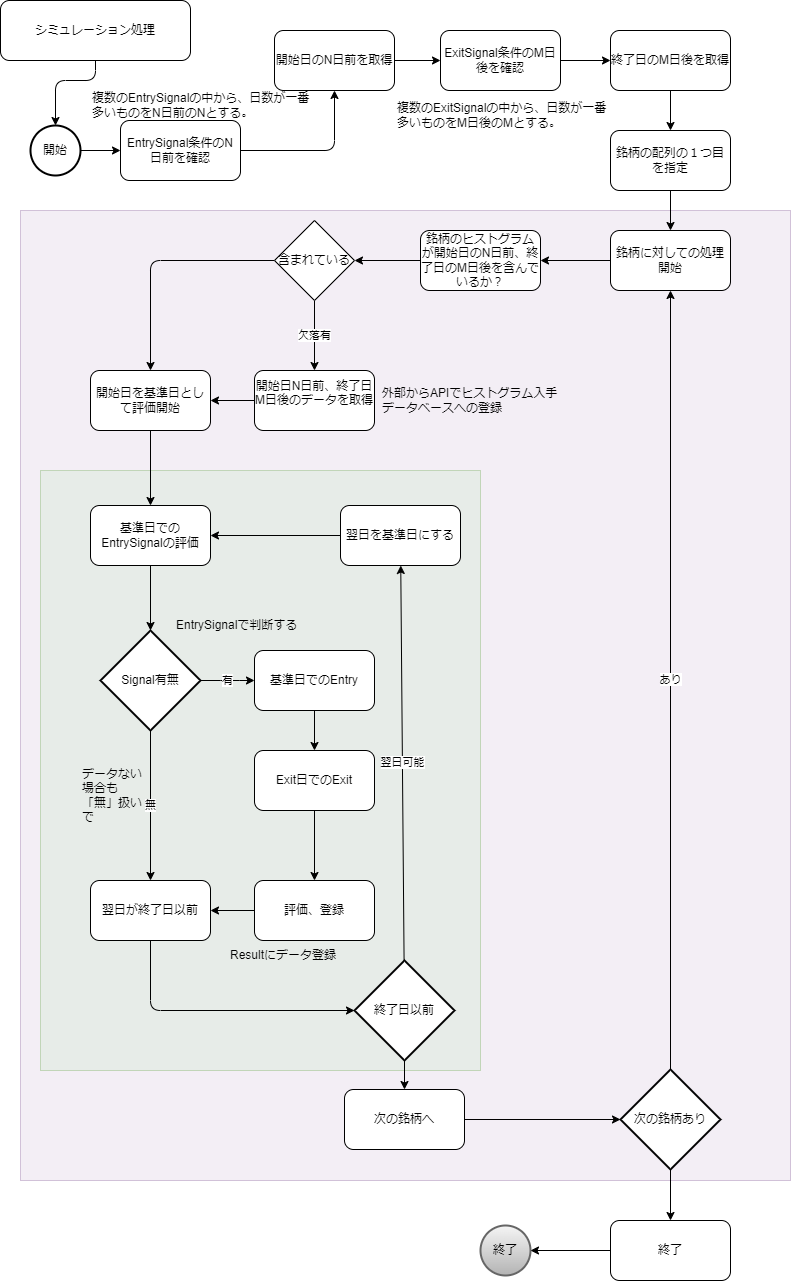
This is docs/features/StockCompass/images/StockComapss_AD_image01.drawio.png from sickboy0001/StockProfit10, a draw.io export, as it was before one commit. Source tidied: cells renumbered, new cells last; positions are measured from the earlier drawing's top-left corner, leaving out a move shared by most shapes.
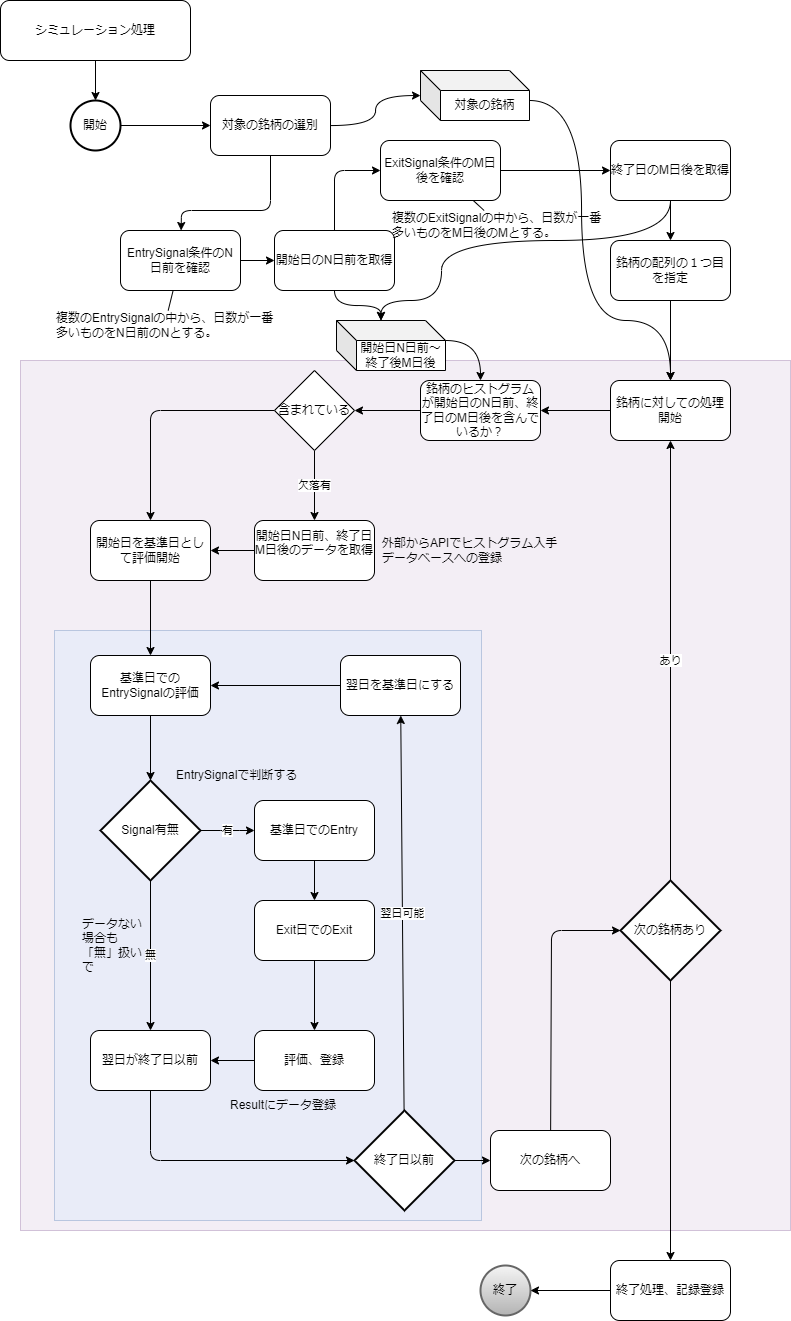
Above is the later version.

Diff of the diagram source:
```diff
@@ -3,47 +3,47 @@
     <mxCell id="0" />
     <mxCell id="1" parent="0" />
     <mxCell id="2" style="rounded=0;whiteSpace=wrap;html=1;opacity=40;fillColor=#e1d5e7;strokeColor=#9673a6;" parent="1" vertex="1">
-      <mxGeometry x="20" y="210" width="770" height="970" as="geometry" />
+      <mxGeometry x="20" y="210" width="770" height="870" as="geometry" />
     </mxCell>
-    <mxCell id="3" style="rounded=0;whiteSpace=wrap;html=1;opacity=40;fillColor=#d5e8d4;strokeColor=#82b366;gradientColor=none;" parent="1" vertex="1">
-      <mxGeometry x="40" y="470" width="440" height="600" as="geometry" />
-    </mxCell>
-    <mxCell id="4" style="edgeStyle=none;html=1;" parent="1" edge="1" source="5" target="8">
-      <mxGeometry relative="1" as="geometry" />
-    </mxCell>
+    <mxCell id="61" style="rounded=0;whiteSpace=wrap;html=1;opacity=40;fillColor=#dae8fc;strokeColor=#6c8ebf;" parent="1" vertex="1">
+      <mxGeometry x="54" y="480" width="427" height="590" as="geometry" />
+    </mxCell>
+    <mxCell id="62" style="edgeStyle=none;html=1;" parent="1" edge="1" source="5" target="67">
+      <mxGeometry relative="1" as="geometry" />
+    </mxCell>
     <mxCell id="5" value="開始" style="strokeWidth=2;html=1;shape=mxgraph.flowchart.start_2;whiteSpace=wrap;" parent="1" vertex="1">
-      <mxGeometry x="30" y="125" width="50" height="50" as="geometry" />
+      <mxGeometry x="70" y="-50" width="50" height="50" as="geometry" />
     </mxCell>
     <mxCell id="6" value="終了" style="strokeWidth=2;html=1;shape=mxgraph.flowchart.start_2;whiteSpace=wrap;fillColor=#f5f5f5;gradientColor=#b3b3b3;strokeColor=#666666;" parent="1" vertex="1">
-      <mxGeometry x="480" y="1225" width="50" height="50" as="geometry" />
+      <mxGeometry x="480" y="1115" width="50" height="50" as="geometry" />
     </mxCell>
     <mxCell id="7" style="edgeStyle=none;html=1;" parent="1" edge="1" source="8" target="12">
-      <mxGeometry relative="1" as="geometry">
-        <Array as="points">
-          <mxPoint x="334" y="150" />
-        </Array>
-      </mxGeometry>
+      <mxGeometry relative="1" as="geometry" />
     </mxCell>
     <mxCell id="8" value="EntrySignal条件のN日前を確認" style="rounded=1;whiteSpace=wrap;html=1;" parent="1" vertex="1">
-      <mxGeometry x="120" y="120" width="120" height="60" as="geometry" />
+      <mxGeometry x="120" y="80" width="120" height="60" as="geometry" />
     </mxCell>
     <mxCell id="9" style="edgeStyle=none;html=1;" parent="1" edge="1" source="10" target="14">
       <mxGeometry relative="1" as="geometry" />
     </mxCell>
     <mxCell id="10" value="ExitSignal条件のM日後を確認" style="whiteSpace=wrap;html=1;rounded=1;" parent="1" vertex="1">
-      <mxGeometry x="440" y="30" width="120" height="60" as="geometry" />
+      <mxGeometry x="380" y="-10" width="120" height="60" as="geometry" />
     </mxCell>
     <mxCell id="11" style="edgeStyle=none;html=1;" parent="1" edge="1" source="12" target="10">
-      <mxGeometry relative="1" as="geometry" />
+      <mxGeometry relative="1" as="geometry">
+        <Array as="points">
+          <mxPoint x="334" y="20" />
+        </Array>
+      </mxGeometry>
     </mxCell>
     <mxCell id="12" value="開始日のN日前を取得" style="rounded=1;whiteSpace=wrap;html=1;" parent="1" vertex="1">
-      <mxGeometry x="274" y="30" width="120" height="60" as="geometry" />
+      <mxGeometry x="274" y="80" width="120" height="60" as="geometry" />
     </mxCell>
     <mxCell id="13" style="edgeStyle=none;html=1;" parent="1" edge="1" source="14" target="47">
       <mxGeometry relative="1" as="geometry" />
     </mxCell>
     <mxCell id="14" value="終了日のM日後を取得" style="rounded=1;whiteSpace=wrap;html=1;" parent="1" vertex="1">
-      <mxGeometry x="610" y="30" width="120" height="60" as="geometry" />
+      <mxGeometry x="610" y="-10" width="120" height="60" as="geometry" />
     </mxCell>
     <mxCell id="15" style="edgeStyle=none;html=1;entryX=1;entryY=0.5;entryDx=0;entryDy=0;" parent="1" edge="1" source="16" target="20">
       <mxGeometry relative="1" as="geometry" />
@@ -130,10 +130,14 @@
       <mxGeometry x="340" y="505" width="120" height="60" as="geometry" />
     </mxCell>
     <mxCell id="39" style="edgeStyle=none;html=1;" parent="1" edge="1" source="40" target="43">
-      <mxGeometry relative="1" as="geometry" />
+      <mxGeometry relative="1" as="geometry">
+        <Array as="points">
+          <mxPoint x="551" y="780" />
+        </Array>
+      </mxGeometry>
     </mxCell>
     <mxCell id="40" value="次の銘柄へ" style="rounded=1;whiteSpace=wrap;html=1;" parent="1" vertex="1">
-      <mxGeometry x="344" y="1089" width="120" height="60" as="geometry" />
+      <mxGeometry x="490" y="980" width="120" height="60" as="geometry" />
     </mxCell>
     <mxCell id="41" value="あり" style="edgeStyle=none;html=1;" parent="1" edge="1" source="43" target="49">
       <mxGeometry relative="1" as="geometry" />
@@ -142,19 +146,19 @@
       <mxGeometry relative="1" as="geometry" />
     </mxCell>
     <mxCell id="43" value="次の銘柄あり" style="strokeWidth=2;html=1;shape=mxgraph.flowchart.decision;whiteSpace=wrap;" parent="1" vertex="1">
-      <mxGeometry x="620" y="1069" width="100" height="100" as="geometry" />
+      <mxGeometry x="620" y="730" width="100" height="100" as="geometry" />
     </mxCell>
     <mxCell id="44" style="edgeStyle=none;html=1;" parent="1" edge="1" source="45" target="6">
       <mxGeometry relative="1" as="geometry" />
     </mxCell>
-    <mxCell id="45" value="終了" style="rounded=1;whiteSpace=wrap;html=1;" parent="1" vertex="1">
-      <mxGeometry x="610" y="1220" width="120" height="60" as="geometry" />
+    <mxCell id="45" value="終了処理、記録登録" style="rounded=1;whiteSpace=wrap;html=1;" parent="1" vertex="1">
+      <mxGeometry x="610" y="1110" width="120" height="60" as="geometry" />
     </mxCell>
     <mxCell id="46" style="edgeStyle=none;html=1;" parent="1" edge="1" source="47" target="49">
       <mxGeometry relative="1" as="geometry" />
     </mxCell>
     <mxCell id="47" value="銘柄の配列の１つ目を指定" style="whiteSpace=wrap;html=1;rounded=1;" parent="1" vertex="1">
-      <mxGeometry x="610" y="130" width="120" height="60" as="geometry" />
+      <mxGeometry x="610" y="90" width="120" height="60" as="geometry" />
     </mxCell>
     <mxCell id="48" style="edgeStyle=none;html=1;" parent="1" edge="1" source="49" target="51">
       <mxGeometry relative="1" as="geometry" />
@@ -183,22 +187,68 @@
     <mxCell id="56" value="Resultにデータ登録" style="text;html=1;align=left;verticalAlign=middle;whiteSpace=wrap;rounded=0;" parent="1" vertex="1">
       <mxGeometry x="228" y="940" width="146" height="30" as="geometry" />
     </mxCell>
+    <mxCell id="63" style="edgeStyle=none;html=1;endArrow=none;endFill=0;" parent="1" edge="1" source="57" target="8">
+      <mxGeometry relative="1" as="geometry" />
+    </mxCell>
     <mxCell id="57" value="複数のEntrySignalの中から、日数が一番多いものをN日前のNとする。" style="text;html=1;align=left;verticalAlign=middle;whiteSpace=wrap;rounded=0;" parent="1" vertex="1">
-      <mxGeometry x="90" y="90" width="220" height="30" as="geometry" />
+      <mxGeometry x="54" y="160" width="220" height="30" as="geometry" />
     </mxCell>
+    <mxCell id="64" style="html=1;endArrow=none;endFill=0;" parent="1" edge="1" source="58" target="10">
+      <mxGeometry relative="1" as="geometry" />
+    </mxCell>
     <mxCell id="58" value="複数のExitSignalの中から、日数が一番多いものをM日後のMとする。" style="text;html=1;align=left;verticalAlign=middle;whiteSpace=wrap;rounded=0;" parent="1" vertex="1">
-      <mxGeometry x="395" y="100" width="220" height="30" as="geometry" />
+      <mxGeometry x="390" y="60" width="220" height="30" as="geometry" />
     </mxCell>
     <mxCell id="59" style="edgeStyle=none;html=1;" parent="1" edge="1" source="60" target="5">
-      <mxGeometry relative="1" as="geometry">
-        <Array as="points">
-          <mxPoint x="95" y="80" />
-          <mxPoint x="55" y="80" />
-        </Array>
-      </mxGeometry>
+      <mxGeometry relative="1" as="geometry" />
     </mxCell>
     <mxCell id="60" value="シミュレーション処理" style="rounded=1;whiteSpace=wrap;html=1;" parent="1" vertex="1">
-      <mxGeometry width="190" height="60" as="geometry" />
+      <mxGeometry y="-150" width="190" height="60" as="geometry" />
     </mxCell>
+    <mxCell id="65" style="edgeStyle=none;html=1;" parent="1" edge="1" source="67" target="8">
+      <mxGeometry relative="1" as="geometry">
+        <Array as="points">
+          <mxPoint x="270" y="60" />
+          <mxPoint x="181" y="60" />
+        </Array>
+      </mxGeometry>
+    </mxCell>
+    <mxCell id="66" style="edgeStyle=orthogonalEdgeStyle;html=1;curved=1;" parent="1" edge="1" source="67" target="69">
+      <mxGeometry relative="1" as="geometry" />
+    </mxCell>
+    <mxCell id="67" value="対象の銘柄の選別" style="rounded=1;whiteSpace=wrap;html=1;" parent="1" vertex="1">
+      <mxGeometry x="210" y="-55" width="120" height="60" as="geometry" />
+    </mxCell>
+    <mxCell id="68" style="edgeStyle=orthogonalEdgeStyle;html=1;curved=1;" parent="1" edge="1" source="69" target="49">
+      <mxGeometry relative="1" as="geometry">
+        <Array as="points">
+          <mxPoint x="581" y="-50" />
+          <mxPoint x="581" y="170" />
+          <mxPoint x="670" y="170" />
+        </Array>
+      </mxGeometry>
+    </mxCell>
+    <mxCell id="69" value="対象の銘柄" style="shape=cube;whiteSpace=wrap;html=1;boundedLbl=1;backgroundOutline=1;darkOpacity=0.05;darkOpacity2=0.1;" parent="1" vertex="1">
+      <mxGeometry x="420" y="-80" width="109" height="50" as="geometry" />
+    </mxCell>
+    <mxCell id="70" style="edgeStyle=orthogonalEdgeStyle;html=1;curved=1;exitX=0;exitY=0;exitDx=109;exitDy=20;exitPerimeter=0;" parent="1" edge="1" source="71" target="51">
+      <mxGeometry relative="1" as="geometry" />
+    </mxCell>
+    <mxCell id="71" value="開始日N日前～終了後M日後" style="shape=cube;whiteSpace=wrap;html=1;boundedLbl=1;backgroundOutline=1;darkOpacity=0.05;darkOpacity2=0.1;" parent="1" vertex="1">
+      <mxGeometry x="336" y="170" width="109" height="50" as="geometry" />
+    </mxCell>
+    <mxCell id="72" style="edgeStyle=orthogonalEdgeStyle;html=1;entryX=0;entryY=0;entryDx=44.5;entryDy=0;entryPerimeter=0;curved=1;" parent="1" edge="1" source="14" target="71">
+      <mxGeometry relative="1" as="geometry">
+        <Array as="points">
+          <mxPoint x="670" y="90" />
+          <mxPoint x="441" y="90" />
+          <mxPoint x="441" y="150" />
+          <mxPoint x="381" y="150" />
+        </Array>
+      </mxGeometry>
+    </mxCell>
+    <mxCell id="73" style="edgeStyle=orthogonalEdgeStyle;html=1;entryX=0;entryY=0;entryDx=44.5;entryDy=0;entryPerimeter=0;curved=1;" parent="1" edge="1" source="12" target="71">
+      <mxGeometry relative="1" as="geometry" />
+    </mxCell>
   </root>
 </mxGraphModel>
```
